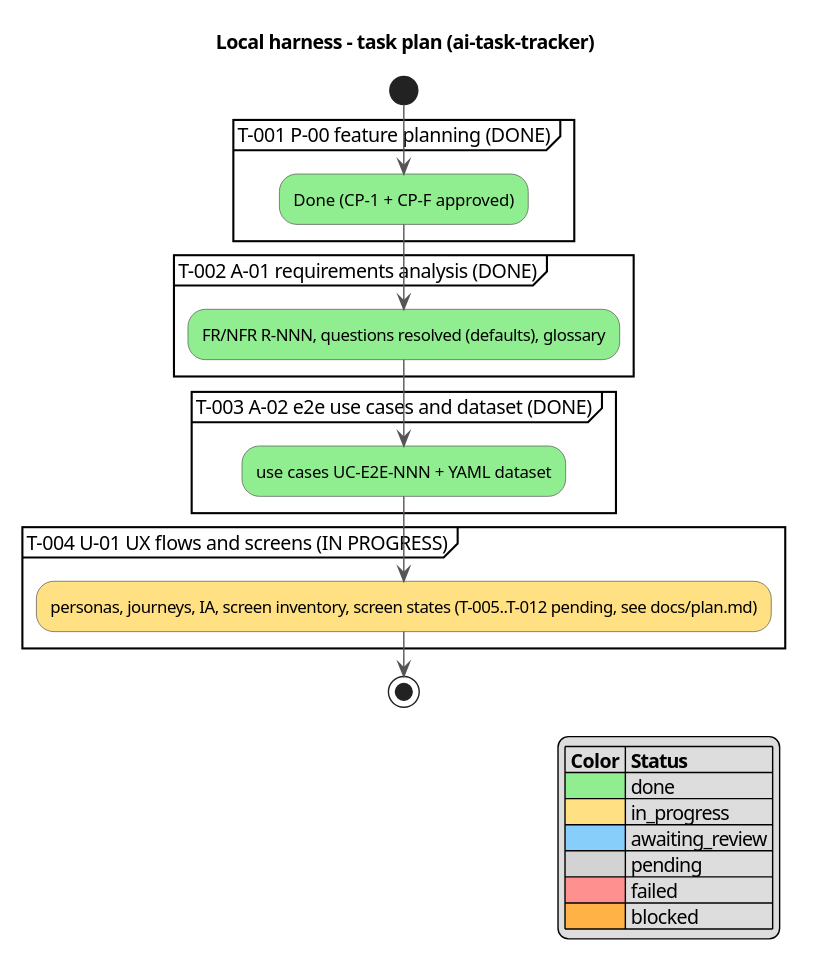
serge-sasov/ai-task-tracker keeps this PlantUML diagram as docs/activity.svg. Above is the earlier version.
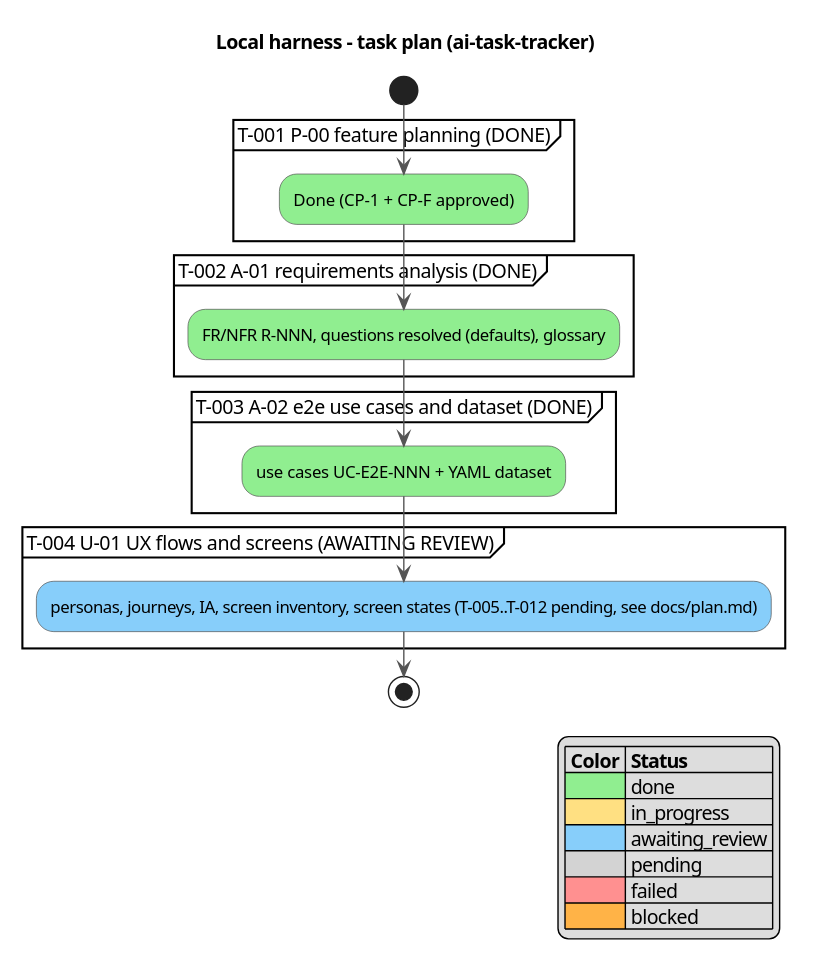
Later version of the same file.

Commit message:
T-004: CP-1 (U-01 UX flows and screens) awaiting review

Diff of the diagram source:
```diff
@@ -15,8 +15,8 @@
 partition "T-003 A-02 e2e use cases and dataset (DONE)" {
   :use cases UC-E2E-NNN + YAML dataset; <<#90EE90>>
 }
-partition "T-004 U-01 UX flows and screens (IN PROGRESS)" {
-  :personas, journeys, IA, screen inventory, screen states (T-005..T-012 pending, see docs/plan.md); <<#FFE082>>
+partition "T-004 U-01 UX flows and screens (AWAITING REVIEW)" {
+  :personas, journeys, IA, screen inventory, screen states (T-005..T-012 pending, see docs/plan.md); <<#87CEFA>>
 }
 stop
 
```
